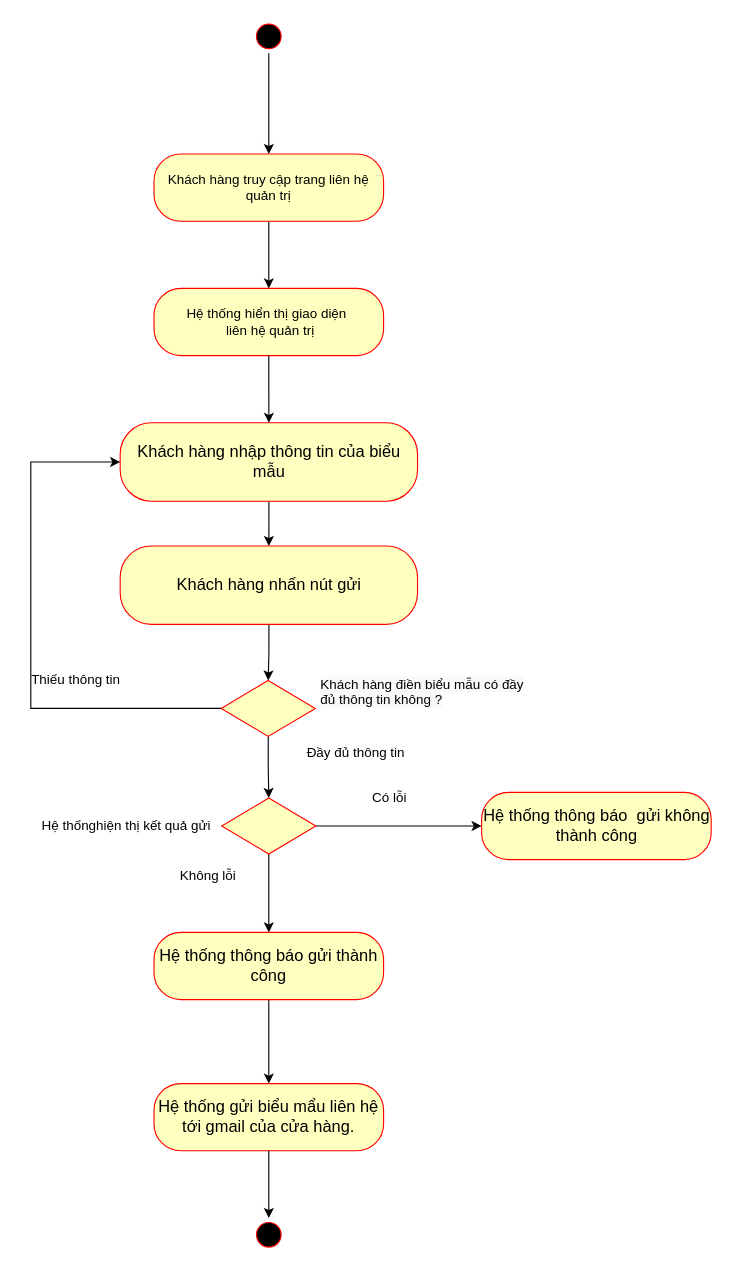
Above: Nam3_HK1/CNPM_SoftTech/Activity Diagrams/Linh Quân/AD_LiênHệQuảnTrị.drawio in EdgarIgnite16/SGU-Course (draw.io), before the change. Source tidied: cells renumbered, new cells numbered last; positions are measured from the earlier drawing's top-left corner, leaving out a move shared by most shapes. Both pictures are drawn from the tidied source at 112%, with x=0, y=0 at pixel (19, 19).
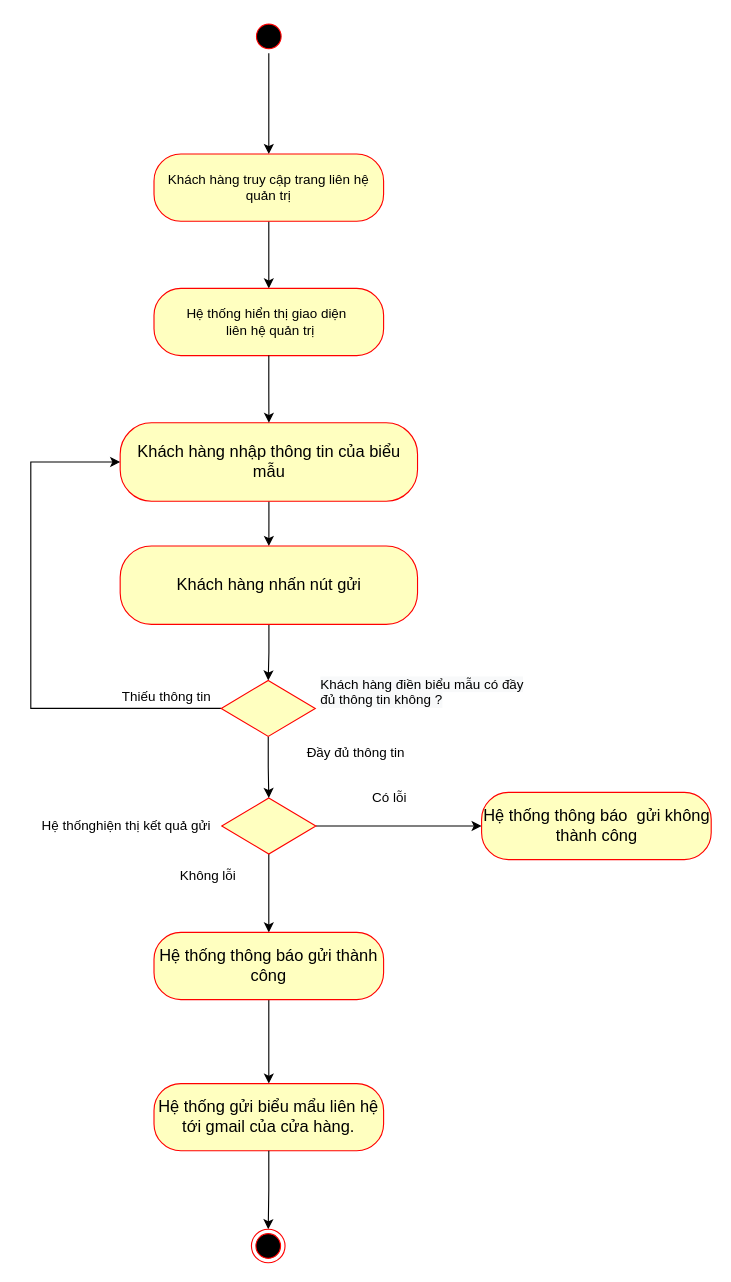
The same diagram, later.

The change refers to these unchanged cells:
```xml
<mxCell id="28" value="&lt;span id=&quot;docs-internal-guid-e414d633-7fff-2788-c159-fafd4c387476&quot;&gt;&lt;span style=&quot;font-size: 11pt ; font-family: &amp;#34;calibri&amp;#34; , sans-serif ; background-color: transparent ; vertical-align: baseline&quot;&gt;Hệ thống gửi biểu mẩu liên hệ tới gmail của cửa hàng.&lt;/span&gt;&lt;/span&gt;&lt;font face=&quot;calibri, sans-serif&quot;&gt;&lt;span style=&quot;font-size: 14.6667px&quot;&gt;&lt;br&gt;&lt;/span&gt;&lt;/font&gt;" style="rounded=1;whiteSpace=wrap;html=1;arcSize=40;fontColor=#000000;fillColor=#ffffc0;strokeColor=#ff0000;fontFamily=Helvetica;" parent="1" vertex="1">
  <mxGeometry x="120" y="950" width="205" height="60" as="geometry" />
</mxCell>
```

Change to the diagram source:
```diff
@@
-    <mxCell id="13" style="ellipse;html=1;shape=startState;fillColor=#000000;strokeColor=#ff0000;fontFamily=Helvetica;" parent="1" vertex="1">
-      <mxGeometry x="207.5" y="1070" width="30" height="30" as="geometry" />
-    </mxCell>
@@
     <mxCell id="27" value="Thiếu thông tin" style="text;html=1;align=center;verticalAlign=middle;strokeColor=none;fillColor=none;" parent="1" vertex="1">
-      <mxGeometry y="575" width="100" height="30" as="geometry" />
+      <mxGeometry x="80.5" y="590" width="100" height="30" as="geometry" />
     </mxCell>
@@
-    <mxCell id="29" style="edgeStyle=orthogonalEdgeStyle;rounded=0;jettySize=auto;html=1;" parent="1" edge="1" source="28" target="13">
+    <mxCell id="29" style="edgeStyle=orthogonalEdgeStyle;rounded=0;jettySize=auto;html=1;" parent="1" edge="1" source="28" target="30">
       <mxGeometry relative="1" as="geometry" />
     </mxCell>
+    <mxCell id="30" style="ellipse;html=1;shape=endState;fillColor=#000000;strokeColor=#ff0000;" parent="1" vertex="1">
+      <mxGeometry x="207" y="1080" width="30" height="30" as="geometry" />
+    </mxCell>
```
